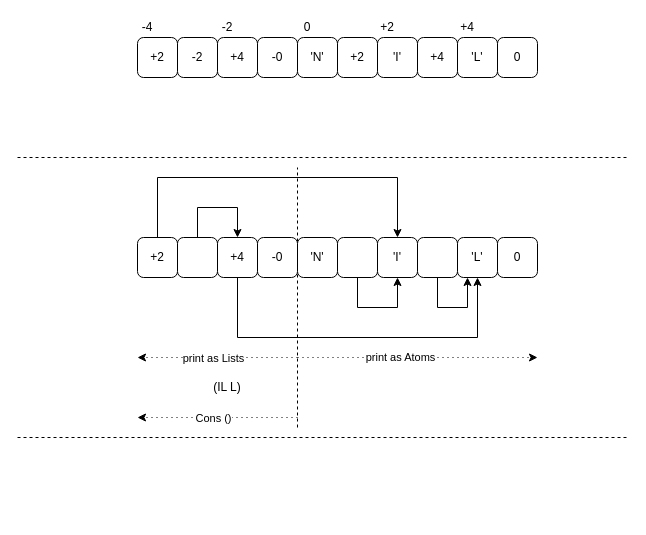
This is page "Memory Example" (1 of 11) of SectorLisp.drawio from guitarvydas/ptsectorlisp, a draw.io file, before an edit. Source tidied: cells renumbered, new cells numbered last; positions are measured from the earlier drawing's top-left corner, leaving out a move shared by most shapes. Both pictures are drawn from the tidied source at 100%, with x=0, y=0 at pixel (17, 17).
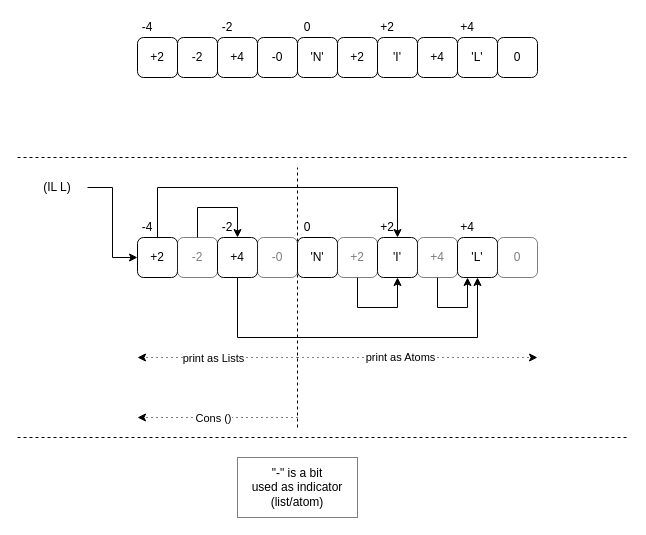
After the change.

Unchanged cells that the change refers to:
```xml
<mxCell id="19" value="+2" style="rounded=1;whiteSpace=wrap;html=1;shadow=0;" parent="1" vertex="1">
  <mxGeometry x="120" y="220" width="40" height="40" as="geometry" />
</mxCell>
<mxCell id="28" value="'I'" style="rounded=1;whiteSpace=wrap;html=1;shadow=0;" parent="1" vertex="1">
  <mxGeometry x="360" y="220" width="40" height="40" as="geometry" />
</mxCell>
```

What changed in the source:
```diff
@@
     <mxCell id="18" style="edgeStyle=orthogonalEdgeStyle;rounded=0;jettySize=auto;html=1;exitX=0.5;exitY=0;exitDx=0;exitDy=0;entryX=0.5;entryY=0;entryDx=0;entryDy=0;" parent="1" edge="1" source="19" target="28">
       <mxGeometry relative="1" as="geometry">
         <Array as="points">
-          <mxPoint x="140" y="160" />
-          <mxPoint x="380" y="160" />
+          <mxPoint x="140" y="170" />
+          <mxPoint x="380" y="170" />
         </Array>
       </mxGeometry>
     </mxCell>
@@
-    <mxCell id="21" style="rounded=1;whiteSpace=wrap;html=1;shadow=0;" parent="1" vertex="1">
+    <mxCell id="21" value="-2" style="rounded=1;whiteSpace=wrap;html=1;shadow=0;opacity=50;textOpacity=50;" parent="1" vertex="1">
       <mxGeometry x="160" y="220" width="40" height="40" as="geometry" />
     </mxCell>
@@
-    <mxCell id="24" value="-0" style="rounded=1;whiteSpace=wrap;html=1;shadow=0;" parent="1" vertex="1">
+    <mxCell id="24" value="-0" style="rounded=1;whiteSpace=wrap;html=1;shadow=0;opacity=50;textOpacity=50;" parent="1" vertex="1">
       <mxGeometry x="240" y="220" width="40" height="40" as="geometry" />
     </mxCell>
@@
-    <mxCell id="27" style="rounded=1;whiteSpace=wrap;html=1;shadow=0;" parent="1" vertex="1">
+    <mxCell id="27" value="+2" style="rounded=1;whiteSpace=wrap;html=1;shadow=0;opacity=50;textOpacity=50;" parent="1" vertex="1">
       <mxGeometry x="320" y="220" width="40" height="40" as="geometry" />
     </mxCell>
@@
-    <mxCell id="30" style="rounded=1;whiteSpace=wrap;html=1;shadow=0;" parent="1" vertex="1">
+    <mxCell id="30" value="+4" style="rounded=1;whiteSpace=wrap;html=1;shadow=0;opacity=50;textOpacity=50;" parent="1" vertex="1">
       <mxGeometry x="400" y="220" width="40" height="40" as="geometry" />
     </mxCell>
@@
-    <mxCell id="32" value="0" style="rounded=1;whiteSpace=wrap;html=1;shadow=0;" parent="1" vertex="1">
+    <mxCell id="32" value="0" style="rounded=1;whiteSpace=wrap;html=1;shadow=0;opacity=50;textOpacity=50;" parent="1" vertex="1">
       <mxGeometry x="480" y="220" width="40" height="40" as="geometry" />
     </mxCell>
@@
+    <mxCell id="42" style="edgeStyle=orthogonalEdgeStyle;rounded=0;jettySize=auto;html=1;entryX=0;entryY=0.5;entryDx=0;entryDy=0;textOpacity=50;" parent="1" edge="1" source="35" target="19">
+      <mxGeometry relative="1" as="geometry" />
+    </mxCell>
     <mxCell id="35" value="(IL L)" style="text;html=1;strokeColor=none;fillColor=none;align=center;verticalAlign=middle;whiteSpace=wrap;rounded=0;shadow=0;" parent="1" vertex="1">
-      <mxGeometry x="180" y="360" width="60" height="20" as="geometry" />
+      <mxGeometry x="10" y="160" width="60" height="20" as="geometry" />
     </mxCell>
@@
+    <mxCell id="43" value="-4" style="text;html=1;strokeColor=none;fillColor=none;align=center;verticalAlign=middle;whiteSpace=wrap;rounded=0;shadow=0;" parent="1" vertex="1">
+      <mxGeometry x="120" y="200" width="20" height="20" as="geometry" />
+    </mxCell>
+    <mxCell id="44" value="0" style="text;html=1;strokeColor=none;fillColor=none;align=center;verticalAlign=middle;whiteSpace=wrap;rounded=0;shadow=0;" parent="1" vertex="1">
+      <mxGeometry x="280" y="200" width="20" height="20" as="geometry" />
+    </mxCell>
+    <mxCell id="45" value="-2" style="text;html=1;strokeColor=none;fillColor=none;align=center;verticalAlign=middle;whiteSpace=wrap;rounded=0;shadow=0;" parent="1" vertex="1">
+      <mxGeometry x="200" y="200" width="20" height="20" as="geometry" />
+    </mxCell>
+    <mxCell id="46" value="+2" style="text;html=1;strokeColor=none;fillColor=none;align=center;verticalAlign=middle;whiteSpace=wrap;rounded=0;shadow=0;" parent="1" vertex="1">
+      <mxGeometry x="360" y="200" width="20" height="20" as="geometry" />
+    </mxCell>
+    <mxCell id="47" value="+4" style="text;html=1;strokeColor=none;fillColor=none;align=center;verticalAlign=middle;whiteSpace=wrap;rounded=0;shadow=0;" parent="1" vertex="1">
+      <mxGeometry x="440" y="200" width="20" height="20" as="geometry" />
+    </mxCell>
+    <mxCell id="48" value="&quot;-&quot; is a bit&lt;br&gt;used as indicator (list/atom)" style="rounded=0;whiteSpace=wrap;html=1;shadow=0;strokeColor=#000000;opacity=50;align=center;" parent="1" vertex="1">
+      <mxGeometry x="220" y="440" width="120" height="60" as="geometry" />
+    </mxCell>
```
